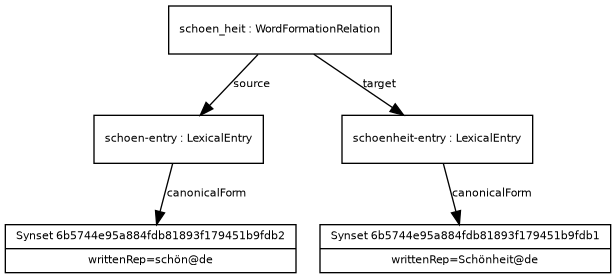
The Graphviz diagram examples/example_16.png in ontolex/morph, before a commit. Its source is kept beside it as examples/example_16.dot.
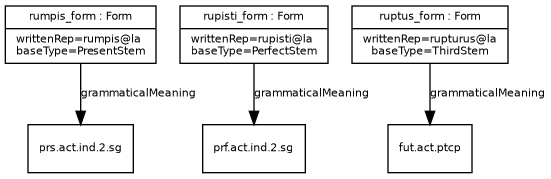
Later version of the same file.

Change to the diagram source:
```diff
@@ -13,13 +13,13 @@
       fontsize = 8
     ]
 
-Synset6b5744e95a884fdb81893f179451b9fdb2 [ label="{Synset 6b5744e95a884fdb81893f179451b9fdb2|writtenRep=schön@de}" ]
-schoenentry -> Synset6b5744e95a884fdb81893f179451b9fdb2 [ label="canonicalForm" ]
-schoenentry [ label="{schoen-entry : LexicalEntry}" ]
-schoen_heit -> schoenentry [ label="source" ]
-Synset6b5744e95a884fdb81893f179451b9fdb1 [ label="{Synset 6b5744e95a884fdb81893f179451b9fdb1|writtenRep=Schönheit@de}" ]
-schoenheitentry -> Synset6b5744e95a884fdb81893f179451b9fdb1 [ label="canonicalForm" ]
-schoenheitentry [ label="{schoenheit-entry : LexicalEntry}" ]
-schoen_heit -> schoenheitentry [ label="target" ]
-schoen_heit [ label="{schoen_heit : WordFormationRelation}" ]
+prsactind2sg [ label="{prs.act.ind.2.sg}" ]
+rumpis_form -> prsactind2sg [ label="grammaticalMeaning" ]
+rumpis_form [ label="{rumpis_form : Form|writtenRep=rumpis@la\lbaseType=PresentStem}" ]
+prfactind2sg [ label="{prf.act.ind.2.sg}" ]
+rupisti_form -> prfactind2sg [ label="grammaticalMeaning" ]
+rupisti_form [ label="{rupisti_form : Form|writtenRep=rupisti@la\lbaseType=PerfectStem}" ]
+futactptcp [ label="{fut.act.ptcp}" ]
+ruptus_form -> futactptcp [ label="grammaticalMeaning" ]
+ruptus_form [ label="{ruptus_form : Form|writtenRep=rupturus@la\lbaseType=ThirdStem}" ]
 }
```
